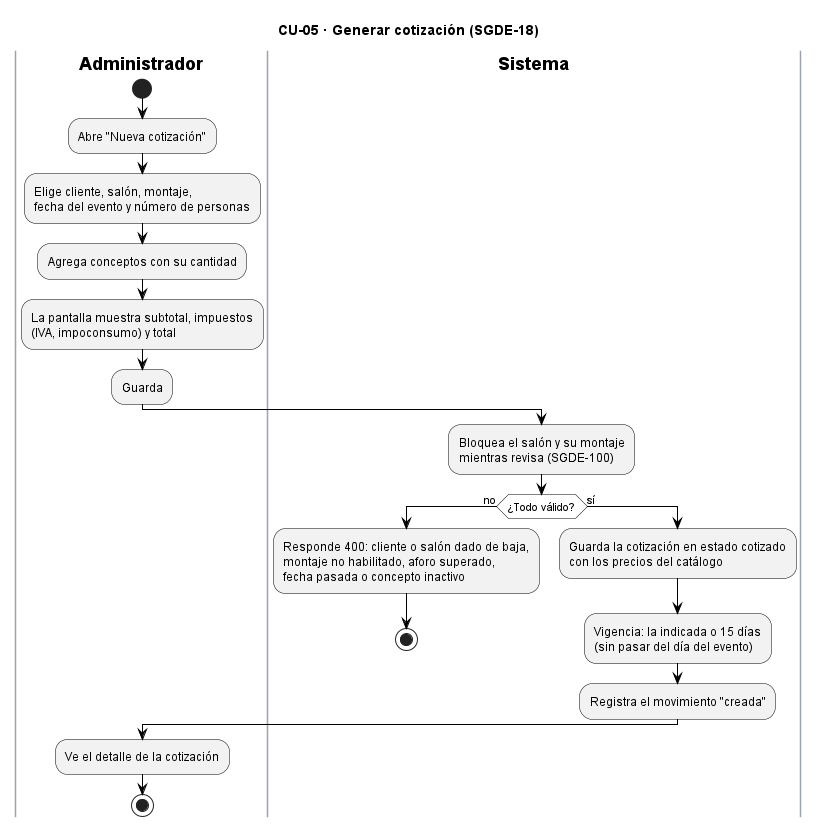
AndreCamx2/Gestion-De-Eventos keeps this PlantUML diagram as docs/Diagrama de actividades/CU05_GenerarCotizacion.png. Above is the earlier version.
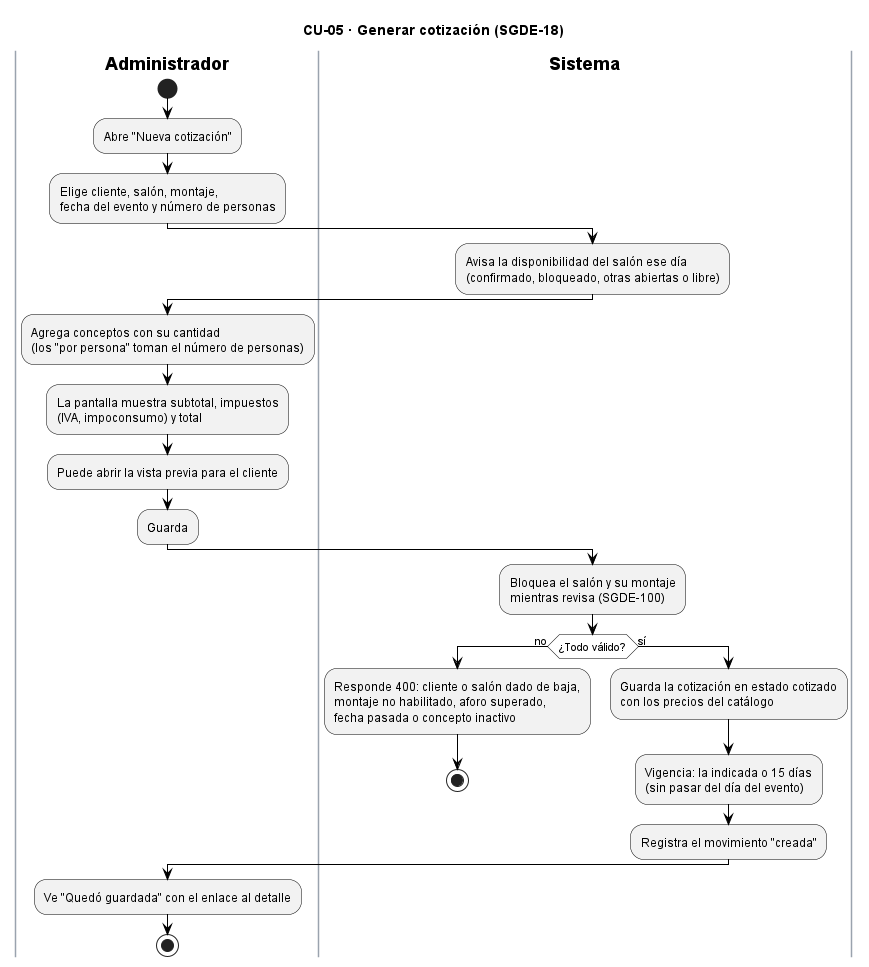
After the change.

Diff of the diagram source:
```diff
@@ -18,9 +18,15 @@
 :Abre "Nueva cotización";
 :Elige cliente, salón, montaje,
 fecha del evento y número de personas;
-:Agrega conceptos con su cantidad;
+|Sistema|
+:Avisa la disponibilidad del salón ese día
+(confirmado, bloqueado, otras abiertas o libre);
+|Administrador|
+:Agrega conceptos con su cantidad
+(los "por persona" toman el número de personas);
 :La pantalla muestra subtotal, impuestos
 (IVA, impoconsumo) y total;
+:Puede abrir la vista previa para el cliente;
 :Guarda;
 |Sistema|
 :Bloquea el salón y su montaje
@@ -38,6 +44,6 @@
   :Registra el movimiento "creada";
 endif
 |Administrador|
-:Ve el detalle de la cotización;
+:Ve "Quedó guardada" con el enlace al detalle;
 stop
 @enduml
```
